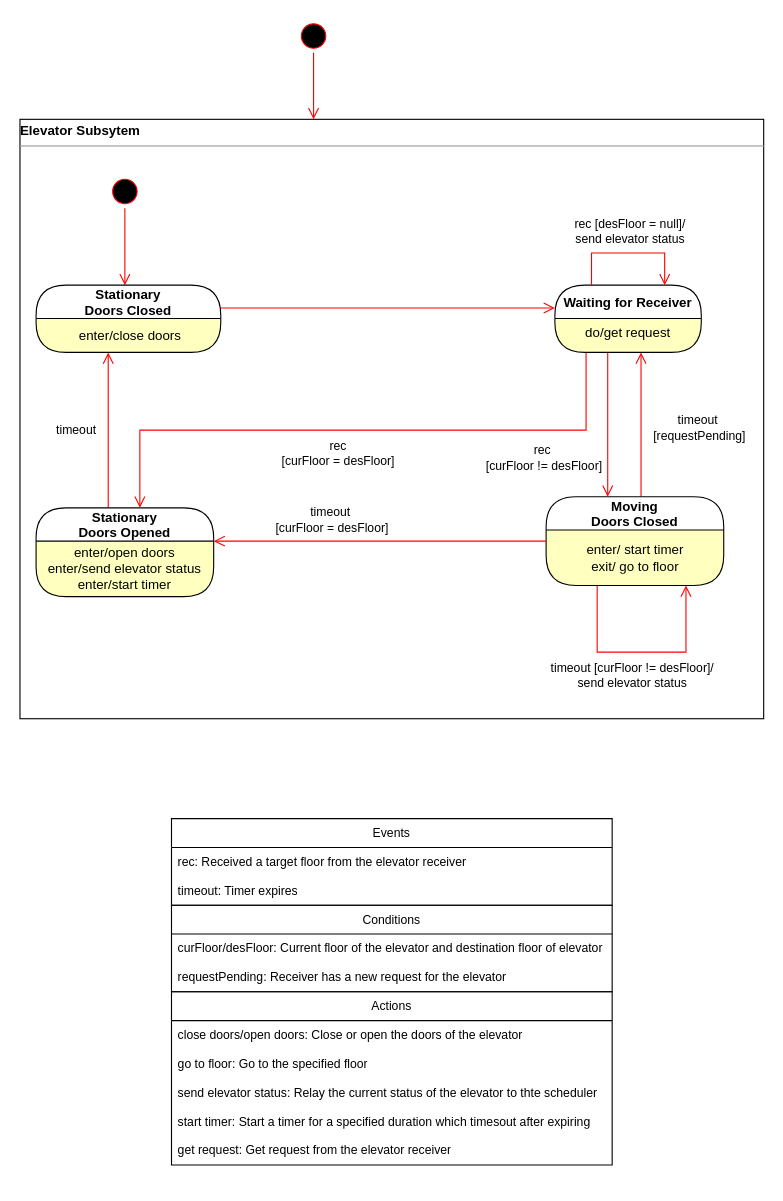
Above: page "Elevator-Iteration 3" (3 of 3) of UML/SYSC3303-Project-Iteration2-StateDiagram.drawio in Aranesh22/SYSC3303A (draw.io), before the change. Source tidied: cells renumbered, new cells numbered last; positions are measured from the earlier drawing's top-left corner, leaving out a move shared by most shapes. Both pictures are drawn from the tidied source at 111%, with x=0, y=0 at pixel (19, 19).
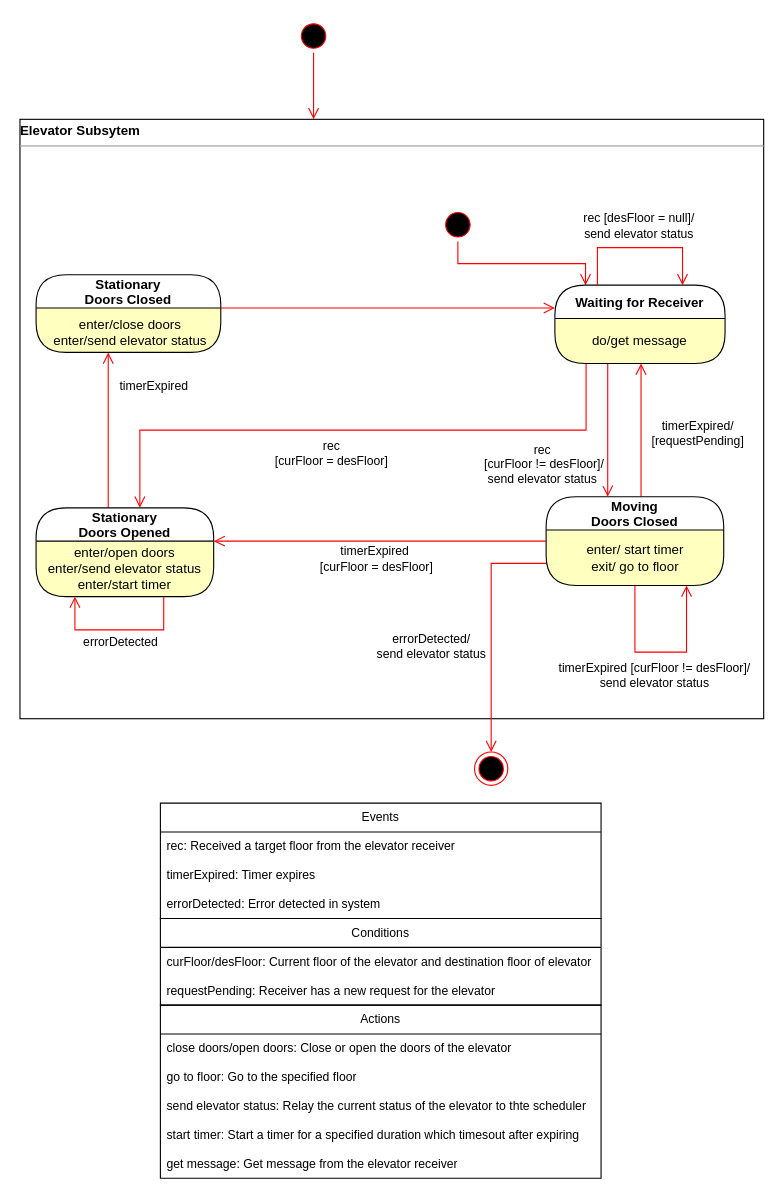
The same page after the edit.

Commit message (it also covers changes not shown here):
Elevator state machine changes

The change refers to these unchanged cells:
```xml
<mxCell id="7" style="edgeStyle=orthogonalEdgeStyle;rounded=0;jettySize=auto;html=1;strokeColor=#ff0000;align=center;verticalAlign=bottom;fontFamily=Helvetica;fontSize=11;fontColor=default;labelBackgroundColor=default;endArrow=open;endSize=8;" parent="1" edge="1" source="9" target="42">
  <mxGeometry relative="1" as="geometry">
    <Array as="points">
      <mxPoint x="560" y="370" />
      <mxPoint x="560" y="370" />
    </Array>
  </mxGeometry>
</mxCell>
<mxCell id="9" value="Moving&#10;Doors Closed" style="swimlane;fontStyle=1;align=center;verticalAlign=middle;horizontal=1;startSize=30;rounded=1;arcSize=30;swimlaneFillColor=#ffffc0;" parent="1" vertex="1">
  <mxGeometry x="474.5" y="430" width="160" height="80" as="geometry" />
</mxCell>
<mxCell id="12" style="edgeStyle=orthogonalEdgeStyle;shape=connector;rounded=0;jettySize=auto;html=1;labelBackgroundColor=default;strokeColor=#ff0000;align=center;verticalAlign=bottom;fontFamily=Helvetica;fontSize=11;fontColor=default;endArrow=open;endSize=8;" parent="1" edge="1" source="17" target="20">
  <mxGeometry relative="1" as="geometry">
    <Array as="points">
      <mxPoint x="80" y="380" />
      <mxPoint x="80" y="380" />
    </Array>
  </mxGeometry>
</mxCell>
<mxCell id="16" style="group;" parent="1" vertex="1">
  <mxGeometry x="15" y="440" width="160" height="80" as="geometry" />
</mxCell>
<mxCell id="17" value="Stationary&#10;Doors Opened" style="swimlane;fontStyle=1;align=center;verticalAlign=middle;horizontal=1;startSize=30;rounded=1;arcSize=30;swimlaneFillColor=#ffffc0;" parent="16" vertex="1">
  <mxGeometry width="160" height="80" as="geometry" />
</mxCell>
<mxCell id="39" style="edgeStyle=orthogonalEdgeStyle;shape=connector;rounded=0;jettySize=auto;html=1;labelBackgroundColor=default;strokeColor=#ff0000;align=center;verticalAlign=bottom;fontFamily=Helvetica;fontSize=11;fontColor=default;endArrow=open;endSize=8;" parent="1" edge="1" source="42" target="9">
  <mxGeometry relative="1" as="geometry">
    <Array as="points">
      <mxPoint x="530" y="380" />
      <mxPoint x="530" y="380" />
    </Array>
  </mxGeometry>
</mxCell>
```

Diff of the diagram source:
```diff
@@
     <mxCell id="3" style="ellipse;html=1;shape=startState;fillColor=#000000;strokeColor=#ff0000;" parent="1" vertex="1">
-      <mxGeometry x="80" y="140" width="30" height="30" as="geometry" />
+      <mxGeometry x="380" y="170" width="30" height="30" as="geometry" />
     </mxCell>
-    <mxCell id="4" style="edgeStyle=orthogonalEdgeStyle;html=1;verticalAlign=bottom;endArrow=open;endSize=8;strokeColor=#ff0000;rounded=0;" parent="1" edge="1" source="3" target="20">
+    <mxCell id="4" style="edgeStyle=orthogonalEdgeStyle;html=1;verticalAlign=bottom;endArrow=open;endSize=8;strokeColor=#ff0000;rounded=0;" parent="1" edge="1" source="3" target="42">
       <mxGeometry relative="1" as="geometry">
         <Array as="points">
-          <mxPoint x="95" y="220" />
-          <mxPoint x="95" y="220" />
+          <mxPoint x="395" y="220" />
+          <mxPoint x="510" y="220" />
         </Array>
       </mxGeometry>
     </mxCell>
     <mxCell id="5" style="edgeStyle=orthogonalEdgeStyle;shape=connector;rounded=0;orthogonalLoop=1;jettySize=auto;html=1;labelBackgroundColor=default;strokeColor=#ff0000;align=center;verticalAlign=bottom;fontFamily=Helvetica;fontSize=11;fontColor=default;endArrow=open;endSize=8;" parent="1" edge="1" source="9" target="9">
       <mxGeometry relative="1" as="geometry">
         <Array as="points">
-          <mxPoint x="520.5" y="570" />
-          <mxPoint x="600.5" y="570" />
+          <mxPoint x="555" y="570" />
+          <mxPoint x="601" y="570" />
         </Array>
       </mxGeometry>
     </mxCell>
-    <mxCell id="6" value="timeout [curFloor != desFloor]/&lt;div&gt;send elevator status&lt;/div&gt;" style="edgeLabel;html=1;align=center;verticalAlign=middle;fontSize=11;fontFamily=Helvetica;fontColor=default;" parent="5" vertex="1">
+    <mxCell id="6" value="timerExpired [curFloor != desFloor]/&lt;div&gt;send elevator status&lt;/div&gt;" style="edgeLabel;html=1;align=center;verticalAlign=middle;fontSize=11;fontFamily=Helvetica;fontColor=default;" parent="5" vertex="1">
       <mxGeometry x="-0.16" y="2" relative="1" as="geometry">
         <mxPoint x="7" y="22" as="offset" />
       </mxGeometry>
     </mxCell>
@@
-    <mxCell id="8" value="timeout&lt;div&gt;&amp;nbsp;[requestPending]&lt;/div&gt;" style="edgeLabel;html=1;align=center;verticalAlign=middle;fontFamily=Helvetica;fontSize=11;fontColor=default;labelBackgroundColor=default;" parent="7" vertex="1">
+    <mxCell id="8" value="&lt;div&gt;timerExpired/&lt;/div&gt;&lt;div&gt;[requestPending]&lt;/div&gt;" style="edgeLabel;html=1;align=center;verticalAlign=middle;fontFamily=Helvetica;fontSize=11;fontColor=default;labelBackgroundColor=default;" parent="7" vertex="1">
       <mxGeometry x="-0.03" y="-2" relative="1" as="geometry">
         <mxPoint x="48" as="offset" />
       </mxGeometry>
     </mxCell>
+    <mxCell id="47" style="edgeStyle=orthogonalEdgeStyle;rounded=0;jettySize=auto;html=1;strokeColor=#ff0000;align=center;verticalAlign=bottom;fontFamily=Helvetica;fontSize=11;fontColor=default;labelBackgroundColor=default;endArrow=open;endSize=8;" parent="1" edge="1" source="9" target="52">
+      <mxGeometry relative="1" as="geometry">
+        <Array as="points">
+          <mxPoint x="425" y="490" />
+        </Array>
+      </mxGeometry>
+    </mxCell>
+    <mxCell id="48" value="errorDetected/&lt;div&gt;send elevator status&lt;/div&gt;" style="edgeLabel;html=1;align=center;verticalAlign=middle;fontFamily=Helvetica;fontSize=11;fontColor=default;labelBackgroundColor=default;" parent="47" vertex="1">
+      <mxGeometry x="0.13" relative="1" as="geometry">
+        <mxPoint x="-55" as="offset" />
+      </mxGeometry>
+    </mxCell>
@@
-    <mxCell id="13" value="timeout" style="edgeLabel;html=1;align=center;verticalAlign=middle;fontSize=11;fontFamily=Helvetica;fontColor=default;" parent="12" vertex="1">
+    <mxCell id="13" value="timerExpired" style="edgeLabel;html=1;align=center;verticalAlign=middle;fontSize=11;fontFamily=Helvetica;fontColor=default;" parent="12" vertex="1">
       <mxGeometry x="0.05" relative="1" as="geometry">
-        <mxPoint x="-30" y="3" as="offset" />
+        <mxPoint x="40" y="-37" as="offset" />
       </mxGeometry>
     </mxCell>
     <mxCell id="14" style="edgeStyle=orthogonalEdgeStyle;shape=connector;rounded=0;jettySize=auto;html=1;labelBackgroundColor=default;strokeColor=#ff0000;align=center;verticalAlign=bottom;fontFamily=Helvetica;fontSize=11;fontColor=default;endArrow=open;endSize=8;" parent="1" edge="1" source="9" target="17">
       <mxGeometry relative="1" as="geometry">
         <Array as="points">
-          <mxPoint x="500.5" y="470" />
+          <mxPoint x="400" y="470" />
+          <mxPoint x="400" y="470" />
         </Array>
       </mxGeometry>
     </mxCell>
-    <mxCell id="15" value="timeout&lt;br&gt;&amp;nbsp;[curFloor = desFloor]" style="edgeLabel;html=1;align=center;verticalAlign=middle;fontSize=11;fontFamily=Helvetica;fontColor=default;" parent="14" vertex="1">
+    <mxCell id="15" value="timerExpired&lt;br&gt;&amp;nbsp;[curFloor = desFloor]" style="edgeLabel;html=1;align=center;verticalAlign=middle;fontSize=11;fontFamily=Helvetica;fontColor=default;" parent="14" vertex="1">
       <mxGeometry x="-0.46" y="1" relative="1" as="geometry">
-        <mxPoint x="-114" y="-21" as="offset" />
+        <mxPoint x="-74" y="14" as="offset" />
       </mxGeometry>
     </mxCell>
@@
-    <mxCell id="18" value="enter/open doors&lt;div&gt;enter/send elevator status&lt;/div&gt;&lt;div&gt;enter/&lt;span style=&quot;background-color: initial;&quot;&gt;start timer&lt;/span&gt;&lt;/div&gt;" style="text;html=1;strokeColor=none;fillColor=none;align=center;verticalAlign=middle;spacingLeft=4;spacingRight=4;whiteSpace=wrap;overflow=hidden;fontColor=#000000;" parent="16" vertex="1">
+    <mxCell id="18" value="enter/open doors&lt;div&gt;enter/send elevator status&lt;br&gt;&lt;div&gt;enter/&lt;span style=&quot;background-color: initial;&quot;&gt;start timer&lt;/span&gt;&lt;/div&gt;&lt;/div&gt;" style="text;html=1;strokeColor=none;fillColor=none;align=center;verticalAlign=middle;spacingLeft=4;spacingRight=4;whiteSpace=wrap;overflow=hidden;fontColor=#000000;" parent="16" vertex="1">
       <mxGeometry y="30" width="160" height="50" as="geometry" />
     </mxCell>
+    <mxCell id="49" style="edgeStyle=orthogonalEdgeStyle;rounded=0;jettySize=auto;html=1;strokeColor=#ff0000;align=center;verticalAlign=bottom;fontFamily=Helvetica;fontSize=11;fontColor=default;labelBackgroundColor=default;endArrow=open;endSize=8;" parent="16" edge="1" source="17" target="18">
+      <mxGeometry relative="1" as="geometry">
+        <Array as="points">
+          <mxPoint x="115" y="110" />
+          <mxPoint x="35" y="110" />
+        </Array>
+      </mxGeometry>
+    </mxCell>
+    <mxCell id="50" value="errorDetected" style="edgeLabel;html=1;align=center;verticalAlign=middle;fontFamily=Helvetica;fontSize=11;fontColor=default;labelBackgroundColor=default;" parent="49" vertex="1">
+      <mxGeometry x="-0.11" y="1" relative="1" as="geometry">
+        <mxPoint x="-8" y="9" as="offset" />
+      </mxGeometry>
+    </mxCell>
     <mxCell id="19" style="group;" parent="1" vertex="1">
-      <mxGeometry x="15" y="239.4" width="170" height="60.6" as="geometry" />
+      <mxGeometry x="15" y="230" width="170" height="70" as="geometry" />
     </mxCell>
     <mxCell id="20" value="Stationary&#10;Doors Closed" style="swimlane;fontStyle=1;align=center;verticalAlign=middle;horizontal=1;startSize=30;rounded=1;arcSize=30;swimlaneFillColor=#ffffc0;" parent="19" vertex="1">
-      <mxGeometry width="166.4" height="60.6" as="geometry" />
+      <mxGeometry width="166.4" height="70" as="geometry" />
     </mxCell>
-    <mxCell id="21" value="enter/close doors" style="text;html=1;strokeColor=none;fillColor=none;align=center;verticalAlign=middle;spacingLeft=4;spacingRight=4;whiteSpace=wrap;overflow=hidden;fontColor=#000000;" parent="19" vertex="1">
-      <mxGeometry y="30.3" width="170" height="29.7" as="geometry" />
+    <mxCell id="21" value="enter/close doors&lt;div&gt;enter/send elevator status&lt;/div&gt;" style="text;html=1;strokeColor=none;fillColor=none;align=center;verticalAlign=middle;spacingLeft=4;spacingRight=4;whiteSpace=wrap;overflow=hidden;fontColor=#000000;" parent="19" vertex="1">
+      <mxGeometry y="35" width="170" height="34.3" as="geometry" />
     </mxCell>
@@
     <mxCell id="24" style="group;" parent="1" vertex="1">
-      <mxGeometry x="137" y="720" width="397" height="312" as="geometry" />
+      <mxGeometry x="127" y="714" width="397" height="312" as="geometry" />
     </mxCell>
     <mxCell id="25" value="Events" style="swimlane;fontStyle=0;horizontal=1;startSize=26;fillColor=none;whiteSpace=wrap;html=1;fontFamily=Helvetica;fontSize=11;fontColor=default;" parent="24" vertex="1">
-      <mxGeometry width="397" height="78" as="geometry" />
+      <mxGeometry y="-8" width="397" height="104" as="geometry" />
     </mxCell>
@@
-    <mxCell id="27" value="timeout: Timer expires" style="text;strokeColor=none;fillColor=none;align=left;verticalAlign=top;spacingLeft=4;spacingRight=4;overflow=hidden;whiteSpace=wrap;html=1;fontSize=11;fontFamily=Helvetica;fontColor=default;" parent="25" vertex="1">
+    <mxCell id="27" value="timerExpired: Timer expires" style="text;strokeColor=none;fillColor=none;align=left;verticalAlign=top;spacingLeft=4;spacingRight=4;overflow=hidden;whiteSpace=wrap;html=1;fontSize=11;fontFamily=Helvetica;fontColor=default;" parent="25" vertex="1">
       <mxGeometry y="52" width="397" height="26" as="geometry" />
     </mxCell>
+    <mxCell id="51" value="errorDetected: Error detected in system" style="text;strokeColor=none;fillColor=none;align=left;verticalAlign=top;spacingLeft=4;spacingRight=4;overflow=hidden;whiteSpace=wrap;html=1;fontSize=11;fontFamily=Helvetica;fontColor=default;" parent="25" vertex="1">
+      <mxGeometry y="78" width="397" height="26" as="geometry" />
+    </mxCell>
     <mxCell id="28" value="Conditions" style="swimlane;fontStyle=0;horizontal=1;startSize=26;fillColor=none;whiteSpace=wrap;html=1;fontFamily=Helvetica;fontSize=11;fontColor=default;" parent="24" vertex="1">
-      <mxGeometry y="78" width="397" height="78" as="geometry" />
+      <mxGeometry y="96" width="397" height="78" as="geometry" />
     </mxCell>
@@
     <mxCell id="31" value="Actions" style="swimlane;fontStyle=0;horizontal=1;startSize=26;fillColor=none;whiteSpace=wrap;html=1;fontFamily=Helvetica;fontSize=11;fontColor=default;" parent="24" vertex="1">
-      <mxGeometry y="156" width="397" height="156" as="geometry" />
+      <mxGeometry y="174" width="397" height="156" as="geometry" />
     </mxCell>
@@
-    <mxCell id="36" value="get request: Get request from the elevator receiver" style="text;strokeColor=none;fillColor=none;align=left;verticalAlign=top;spacingLeft=4;spacingRight=4;overflow=hidden;whiteSpace=wrap;html=1;fontSize=11;fontFamily=Helvetica;fontColor=default;" parent="31" vertex="1">
+    <mxCell id="36" value="get message: Get message from the elevator receiver" style="text;strokeColor=none;fillColor=none;align=left;verticalAlign=top;spacingLeft=4;spacingRight=4;overflow=hidden;whiteSpace=wrap;html=1;fontSize=11;fontFamily=Helvetica;fontColor=default;" parent="31" vertex="1">
       <mxGeometry y="130" width="397" height="26" as="geometry" />
     </mxCell>
@@
-    <mxCell id="40" value="rec&lt;div&gt;&amp;nbsp;[curFloor != desFloor]&lt;/div&gt;" style="edgeLabel;html=1;align=center;verticalAlign=middle;fontSize=11;fontFamily=Helvetica;fontColor=default;" parent="39" vertex="1">
+    <mxCell id="40" value="rec&lt;div&gt;&amp;nbsp;[curFloor != desFloor]/&lt;/div&gt;&lt;div&gt;send elevator status&lt;/div&gt;" style="edgeLabel;html=1;align=center;verticalAlign=middle;fontSize=11;fontFamily=Helvetica;fontColor=default;" parent="39" vertex="1">
       <mxGeometry x="-0.12" y="-1" relative="1" as="geometry">
         <mxPoint x="-59" y="37" as="offset" />
       </mxGeometry>
     </mxCell>
     <mxCell id="41" style="group;" parent="1" vertex="1">
-      <mxGeometry x="482.4" y="239.4" width="144.2" height="60.6" as="geometry" />
+      <mxGeometry x="482.4" y="239.4" width="167.6" height="70.6" as="geometry" />
     </mxCell>
     <mxCell id="42" value="Waiting for Receiver" style="swimlane;fontStyle=1;align=center;verticalAlign=middle;horizontal=1;startSize=30;rounded=1;arcSize=30;swimlaneFillColor=#ffffc0;" parent="41" vertex="1">
-      <mxGeometry width="131.9" height="60.6" as="geometry" />
+      <mxGeometry width="153.3" height="70.6" as="geometry" />
     </mxCell>
-    <mxCell id="43" value="do/get request" style="text;html=1;strokeColor=none;fillColor=none;align=center;verticalAlign=middle;spacingLeft=4;spacingRight=4;whiteSpace=wrap;overflow=hidden;fontColor=#000000;" parent="41" vertex="1">
-      <mxGeometry x="-12.3" y="27.1" width="156.5" height="32.4" as="geometry" />
+    <mxCell id="43" value="do/get message" style="text;html=1;strokeColor=none;fillColor=none;align=center;verticalAlign=middle;spacingLeft=4;spacingRight=4;whiteSpace=wrap;overflow=hidden;fontColor=#000000;" parent="41" vertex="1">
+      <mxGeometry x="-14.3" y="31.6" width="181.9" height="37.8" as="geometry" />
     </mxCell>
     <mxCell id="44" style="edgeStyle=orthogonalEdgeStyle;rounded=0;orthogonalLoop=1;jettySize=auto;html=1;strokeColor=#ff0000;align=center;verticalAlign=bottom;fontFamily=Helvetica;fontSize=11;fontColor=default;labelBackgroundColor=default;endArrow=open;endSize=8;exitX=0.25;exitY=0;exitDx=0;exitDy=0;entryX=0.75;entryY=0;entryDx=0;entryDy=0;" parent="41" edge="1" source="42" target="42">
       <mxGeometry relative="1" as="geometry">
         <Array as="points">
-          <mxPoint x="33" y="-29" />
-          <mxPoint x="99" y="-29" />
+          <mxPoint x="38.4" y="-33.8" />
+          <mxPoint x="115.1" y="-33.8" />
         </Array>
       </mxGeometry>
     </mxCell>
@@
+    <mxCell id="52" style="ellipse;html=1;shape=endState;fillColor=#000000;strokeColor=#ff0000;" parent="1" vertex="1">
+      <mxGeometry x="410" y="660" width="30" height="30" as="geometry" />
+    </mxCell>
```
